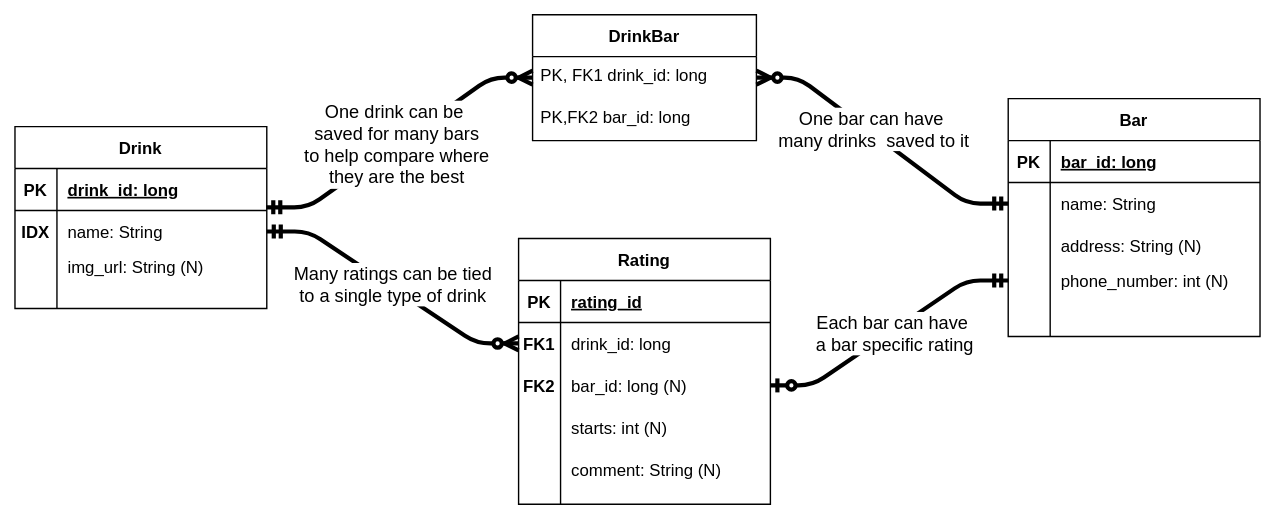
The draw.io diagram docs/img/svg-png/erd.svg in tnordquist/personal-android-project-rbrazell1, before a commit. Source tidied: cells renumbered, new cells last; positions are measured from the earlier drawing's top-left corner, leaving out a move shared by most shapes.
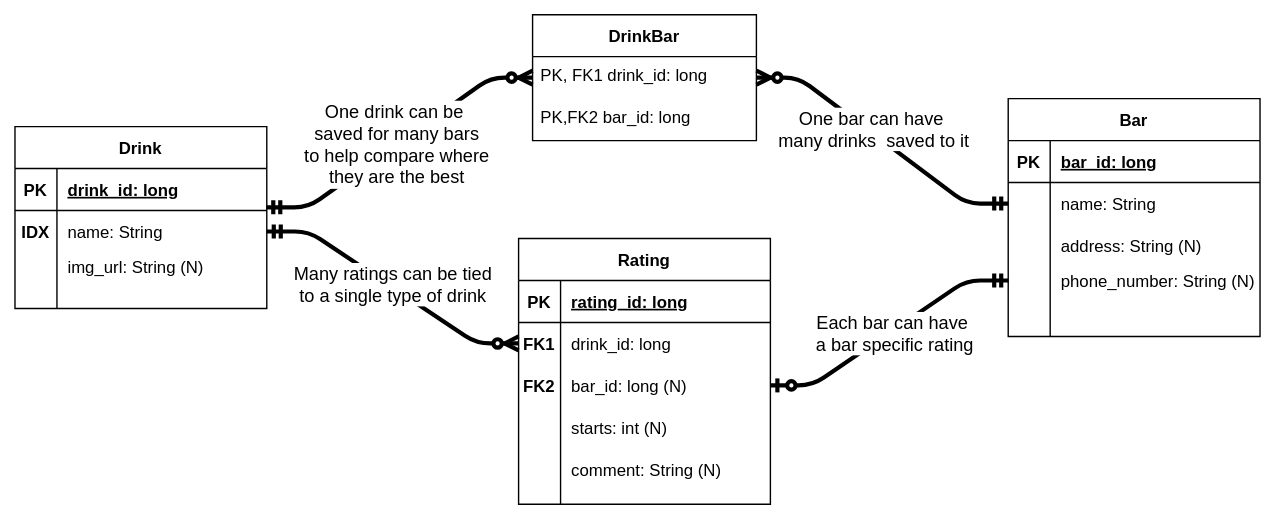
After the commit.

Change to the diagram source:
```diff
@@ -77,7 +77,7 @@
     <mxCell id="26" style="shape=partialRectangle;fillColor=none;top=0;left=0;bottom=0;right=0;overflow=hidden;" parent="25" vertex="1">
       <mxGeometry width="30" height="20" as="geometry" />
     </mxCell>
-    <mxCell id="27" value="phone_number: int (N)" style="shape=partialRectangle;fillColor=none;top=0;left=0;bottom=0;right=0;align=left;spacingLeft=6;overflow=hidden;" parent="25" vertex="1">
+    <mxCell id="27" value="phone_number: String (N)" style="shape=partialRectangle;fillColor=none;top=0;left=0;bottom=0;right=0;align=left;spacingLeft=6;overflow=hidden;" parent="25" vertex="1">
       <mxGeometry x="30" width="150" height="20" as="geometry" />
     </mxCell>
     <mxCell id="28" style="shape=partialRectangle;fillColor=none;top=0;left=0;bottom=0;right=0;" parent="15" vertex="1">
@@ -133,7 +133,7 @@
     <mxCell id="44" value="PK" style="shape=partialRectangle;fillColor=none;top=0;left=0;bottom=0;right=0;fontStyle=1;overflow=hidden;" parent="43" vertex="1">
       <mxGeometry width="30" height="30" as="geometry" />
     </mxCell>
-    <mxCell id="45" value="rating_id" style="shape=partialRectangle;fillColor=none;top=0;left=0;bottom=0;right=0;align=left;spacingLeft=6;fontStyle=5;overflow=hidden;" parent="43" vertex="1">
+    <mxCell id="45" value="rating_id: long" style="shape=partialRectangle;fillColor=none;top=0;left=0;bottom=0;right=0;align=left;spacingLeft=6;fontStyle=5;overflow=hidden;" parent="43" vertex="1">
       <mxGeometry x="30" width="150" height="30" as="geometry" />
     </mxCell>
     <mxCell id="46" style="shape=partialRectangle;fillColor=none;top=0;left=0;bottom=0;right=0;points=[[0,0.5],[1,0.5]];portConstraint=eastwest;" parent="42" vertex="1">
```
